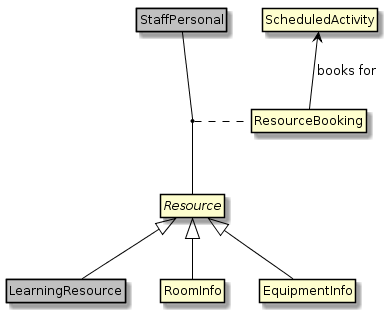
The PlantUML diagram 99_Resources/images/Logical_Scheduling.png in nsip/specgen_input_au, before a commit. Its diagram source:
```plantuml
@startuml
hide empty members
hide circle
skinparam class {
ArrowColor Black
BorderColor Black
}


abstract class Resource
class LearningResource #silver
class StaffPersonal #silver

Resource <|-- RoomInfo
Resource <|-- EquipmentInfo
Resource <|-- LearningResource

StaffPersonal -- Resource
(StaffPersonal, Resource) .. ResourceBooking
ScheduledActivity <-- ResourceBooking : books for
@enduml
```
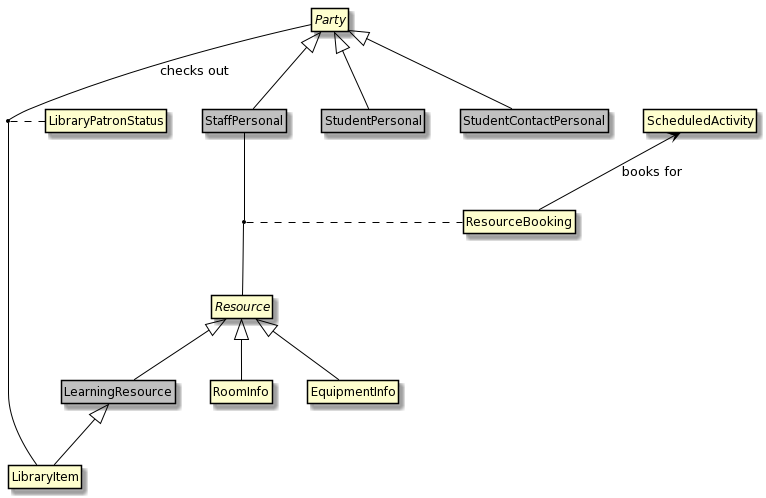
The same diagram one commit later.

Diff of the diagram source:
```diff
@@ -8,14 +8,25 @@
 
 
 abstract class Resource
+abstract class Party
 class LearningResource #silver
 class StaffPersonal #silver
+class StudentPersonal #silver
+class StudentContactPersonal #silver
 
 Resource <|-- RoomInfo
 Resource <|-- EquipmentInfo
 Resource <|-- LearningResource
+LearningResource <|-- LibraryItem
 
 StaffPersonal -- Resource
 (StaffPersonal, Resource) .. ResourceBooking
 ScheduledActivity <-- ResourceBooking : books for
+
+Party <|-- StaffPersonal
+Party <|-- StudentPersonal
+Party <|-- StudentContactPersonal
+
+Party -- LibraryItem : checks out
+(Party, LibraryItem) .. LibraryPatronStatus
 @enduml
```
